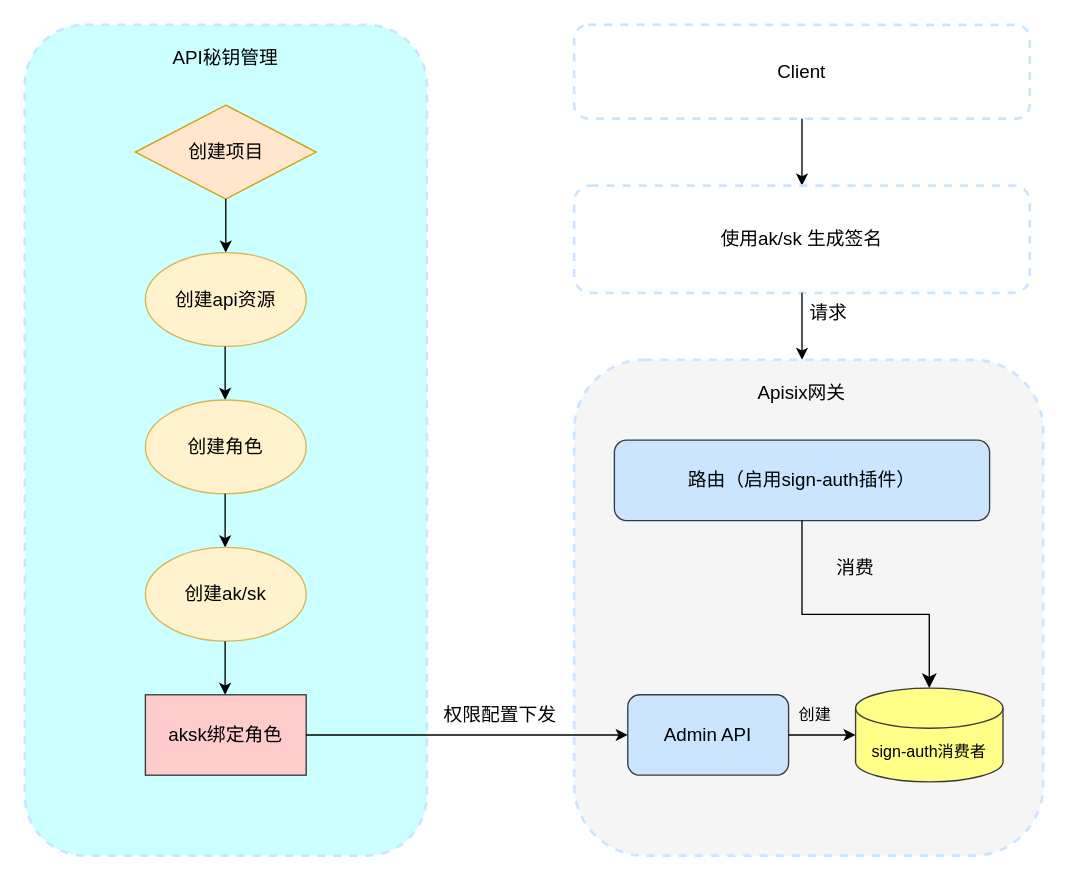
chonjiang/draw keeps this draw.io diagram as page "第 1 页" (1 of 3) of sign-auth.drawio. Above is the earlier version. Source tidied: cells renumbered, new cells numbered last; positions are measured from the earlier drawing's top-left corner, leaving out a move shared by most shapes. Both pictures are drawn from the tidied source at 134%, with x=0, y=0 at pixel (24, 24).
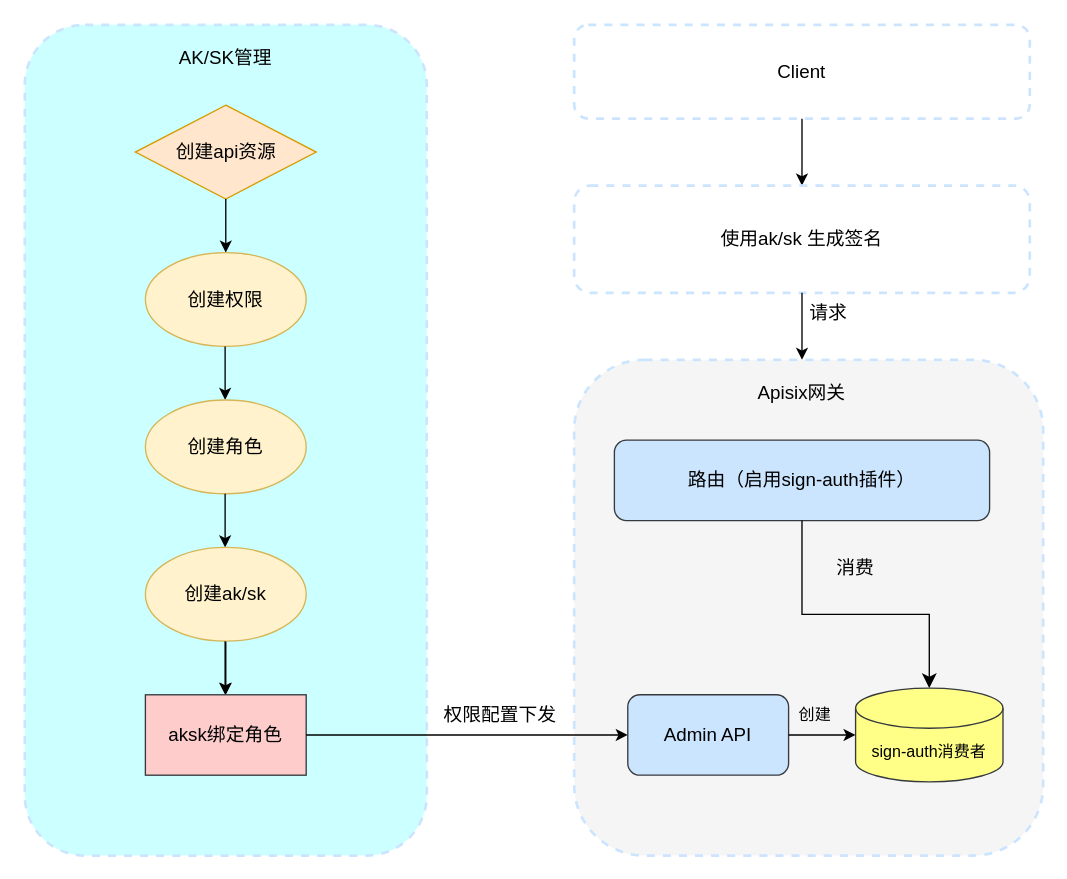
After the change.

The change refers to these unchanged cells:
```xml
<mxCell id="10" value="&lt;font style=&quot;font-size: 14px;&quot;&gt;创建ak/sk&lt;/font&gt;" style="ellipse;whiteSpace=wrap;html=1;fillColor=#fff2cc;strokeColor=#d6b656;" parent="1" vertex="1">
  <mxGeometry x="90" y="390" width="120" height="70" as="geometry" />
</mxCell>
<mxCell id="23" value="&lt;font style=&quot;font-size: 14px;&quot;&gt;aksk绑定角色&lt;/font&gt;" style="rounded=0;whiteSpace=wrap;html=1;fillColor=#ffcccc;strokeColor=#36393d;" parent="1" vertex="1">
  <mxGeometry x="90" y="500" width="120" height="60" as="geometry" />
</mxCell>
```

What changed in the source:
```diff
@@
-    <mxCell id="3" value="&lt;font style=&quot;font-size: 14px;&quot;&gt;API秘钥管理&lt;/font&gt;" style="text;html=1;whiteSpace=wrap;strokeColor=none;fillColor=none;align=center;verticalAlign=middle;rounded=0;" parent="1" vertex="1">
+    <mxCell id="3" value="&lt;font style=&quot;font-size: 14px;&quot;&gt;AK/SK管理&lt;/font&gt;" style="text;html=1;whiteSpace=wrap;strokeColor=none;fillColor=none;align=center;verticalAlign=middle;rounded=0;" parent="1" vertex="1">
       <mxGeometry x="100" width="100" height="50" as="geometry" />
     </mxCell>
-    <mxCell id="4" value="&lt;font style=&quot;font-size: 14px;&quot;&gt;创建项目&lt;/font&gt;" style="rhombus;whiteSpace=wrap;html=1;fillColor=#ffe6cc;strokeColor=#d79b00;" parent="1" vertex="1">
+    <mxCell id="4" value="&lt;font style=&quot;font-size: 14px;&quot;&gt;创建api资源&lt;/font&gt;" style="rhombus;whiteSpace=wrap;html=1;fillColor=#ffe6cc;strokeColor=#d79b00;" parent="1" vertex="1">
       <mxGeometry x="82.5" y="60" width="135" height="70" as="geometry" />
     </mxCell>
@@
-    <mxCell id="6" value="&lt;font style=&quot;font-size: 14px;&quot;&gt;创建api资源&lt;/font&gt;" style="ellipse;whiteSpace=wrap;html=1;fillColor=#fff2cc;strokeColor=#d6b656;" parent="1" vertex="1">
+    <mxCell id="6" value="&lt;font style=&quot;font-size: 14px;&quot;&gt;创建权限&lt;/font&gt;" style="ellipse;whiteSpace=wrap;html=1;fillColor=#fff2cc;strokeColor=#d6b656;" parent="1" vertex="1">
       <mxGeometry x="90" y="170" width="120" height="70" as="geometry" />
     </mxCell>
@@
+    <mxCell id="30" style="edgeStyle=orthogonalEdgeStyle;rounded=0;jettySize=auto;html=1;" parent="1" edge="1" source="10" target="23">
+      <mxGeometry relative="1" as="geometry" />
+    </mxCell>
```
